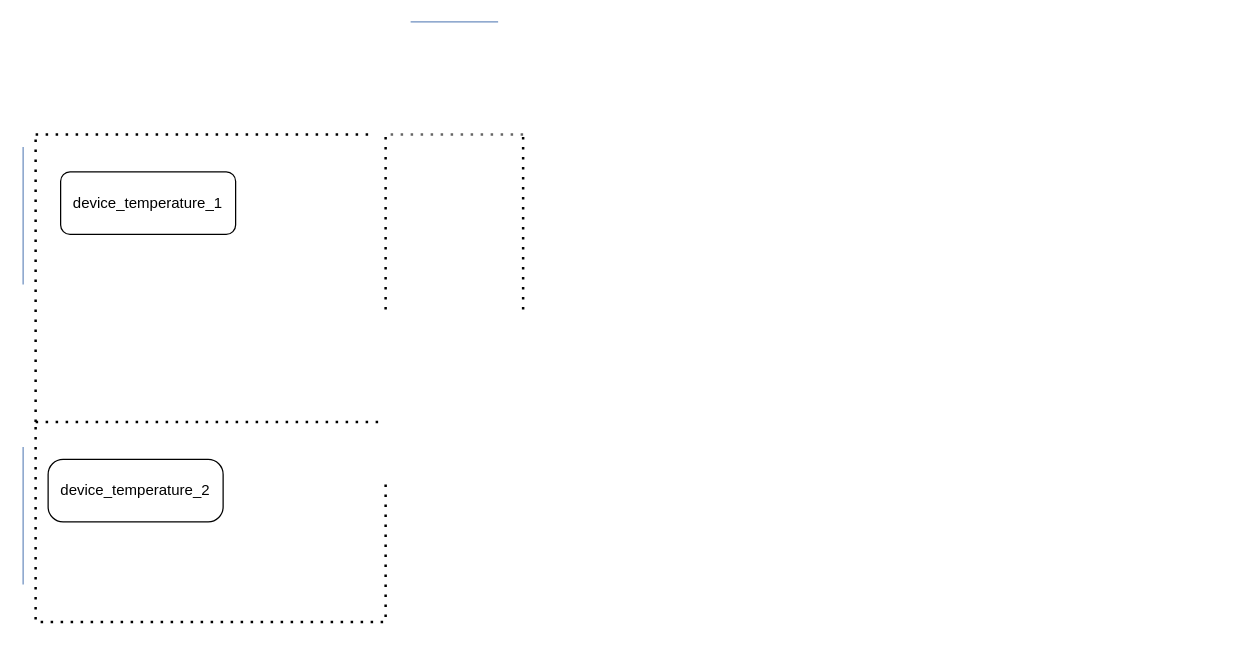
The draw.io diagram Untitled Diagram.drawio in GolCon/home_ai, before the edit. Source tidied: cells renumbered, new cells numbered last; positions are measured from the earlier drawing's top-left corner, leaving out a move shared by most shapes. Both pictures are drawn from the tidied source at 125%, with x=0, y=0 at pixel (22, 21).
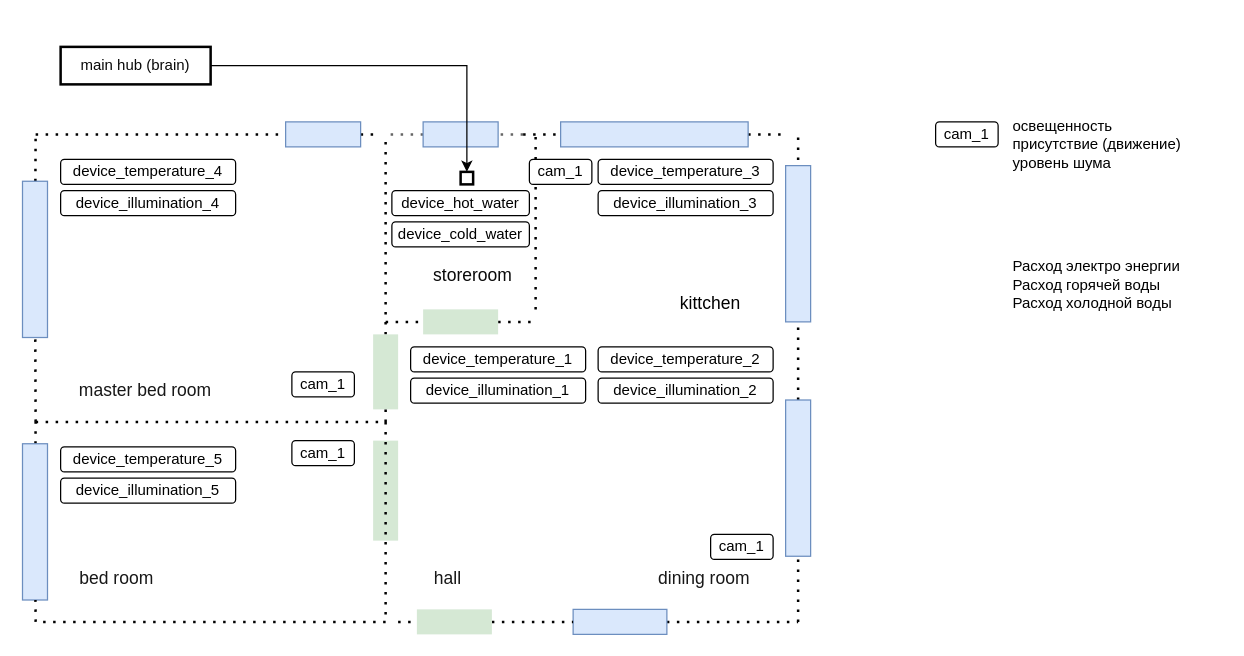
After the change.

Diff of the diagram source:
```diff
@@
-    <mxCell id="2" value="device_temperature_1" style="rounded=1;whiteSpace=wrap;html=1;" parent="1" vertex="1">
-      <mxGeometry x="30" y="120" width="140" height="50" as="geometry" />
+    <mxCell id="2" value="&lt;font style=&quot;font-size: 12px;&quot;&gt;device_temperature_4&lt;/font&gt;" style="rounded=1;whiteSpace=wrap;html=1;" parent="1" vertex="1">
+      <mxGeometry x="30" y="110" width="140" height="20" as="geometry" />
     </mxCell>
-    <mxCell id="3" value="device_temperature_2" style="rounded=1;whiteSpace=wrap;html=1;arcSize=24;" parent="1" vertex="1">
-      <mxGeometry x="20" y="350" width="140" height="50" as="geometry" />
-    </mxCell>
-    <mxCell id="4" style="endArrow=none;dashed=1;html=1;dashPattern=1 3;strokeWidth=2;rounded=0;" parent="1" edge="1">
+    <mxCell id="4" style="endArrow=none;dashed=1;html=1;dashPattern=1 3;strokeWidth=2;rounded=0;startArrow=none;" parent="1" edge="1" source="29">
       <mxGeometry relative="1" as="geometry">
-        <mxPoint x="10" y="90" as="sourcePoint" />
         <mxPoint x="280" y="90" as="targetPoint" />
       </mxGeometry>
     </mxCell>
-    <mxCell id="5" style="endArrow=none;dashed=1;html=1;dashPattern=1 3;strokeWidth=2;rounded=0;" parent="1" edge="1">
+    <mxCell id="5" style="endArrow=none;dashed=1;html=1;dashPattern=1 3;strokeWidth=2;rounded=0;startArrow=none;" parent="1" edge="1" source="26">
       <mxGeometry relative="1" as="geometry">
-        <mxPoint x="290" y="370" as="sourcePoint" />
         <mxPoint x="10" y="320" as="targetPoint" />
-        <Array as="points">
-          <mxPoint x="290" y="480" />
-          <mxPoint x="160" y="480" />
-          <mxPoint x="10" y="480" />
-        </Array>
       </mxGeometry>
     </mxCell>
-    <mxCell id="6" style="endArrow=none;dashed=1;html=1;dashPattern=1 3;strokeWidth=2;rounded=0;" parent="1" edge="1">
+    <mxCell id="6" style="endArrow=none;dashed=1;html=1;dashPattern=1 3;strokeWidth=2;rounded=0;startArrow=none;" parent="1" edge="1" source="27">
       <mxGeometry relative="1" as="geometry">
-        <mxPoint x="10" y="320" as="sourcePoint" />
         <mxPoint x="10" y="90" as="targetPoint" />
       </mxGeometry>
     </mxCell>
@@
-    <mxCell id="8" style="endArrow=none;dashed=1;html=1;dashPattern=1 3;strokeWidth=2;rounded=0;" parent="1" edge="1">
+    <mxCell id="8" style="endArrow=none;dashed=1;html=1;dashPattern=1 3;strokeWidth=2;rounded=0;startArrow=none;" parent="1" edge="1" source="34">
       <mxGeometry relative="1" as="geometry">
-        <mxPoint x="290" y="230" as="sourcePoint" />
         <mxPoint x="290" y="90" as="targetPoint" />
       </mxGeometry>
     </mxCell>
-    <mxCell id="9" style="endArrow=none;dashed=1;html=1;dashPattern=1 3;strokeWidth=2;rounded=0;fillColor=#f5f5f5;strokeColor=#666666;" parent="1" edge="1">
+    <mxCell id="9" style="endArrow=none;dashed=1;html=1;dashPattern=1 3;strokeWidth=2;rounded=0;fillColor=#f5f5f5;strokeColor=#666666;startArrow=none;" parent="1" edge="1" source="17">
       <mxGeometry relative="1" as="geometry">
-        <mxPoint x="400" y="90" as="sourcePoint" />
         <mxPoint x="290" y="90" as="targetPoint" />
       </mxGeometry>
     </mxCell>
-    <mxCell id="10" style="endArrow=none;html=1;rounded=0;fillColor=#dae8fc;strokeColor=#6c8ebf;" parent="1" edge="1">
-      <mxGeometry relative="1" as="geometry">
-        <mxPoint y="210" as="sourcePoint" />
-        <mxPoint y="100" as="targetPoint" />
-      </mxGeometry>
-    </mxCell>
-    <mxCell id="11" style="endArrow=none;html=1;rounded=0;fillColor=#dae8fc;strokeColor=#6c8ebf;" parent="1" edge="1">
-      <mxGeometry relative="1" as="geometry">
-        <mxPoint x="310" as="sourcePoint" />
-        <mxPoint x="380" as="targetPoint" />
-      </mxGeometry>
-    </mxCell>
     <mxCell id="12" style="endArrow=none;dashed=1;html=1;dashPattern=1 3;strokeWidth=2;rounded=0;" parent="1" edge="1">
       <mxGeometry relative="1" as="geometry">
-        <mxPoint x="400" y="230" as="sourcePoint" />
-        <mxPoint x="400" y="90" as="targetPoint" />
+        <mxPoint x="410" y="230" as="sourcePoint" />
+        <mxPoint x="410" y="90" as="targetPoint" />
       </mxGeometry>
     </mxCell>
-    <mxCell id="13" style="endArrow=none;html=1;rounded=0;fillColor=#dae8fc;strokeColor=#6c8ebf;" parent="1" edge="1">
-      <mxGeometry relative="1" as="geometry">
-        <mxPoint y="450" as="sourcePoint" />
-        <mxPoint y="340" as="targetPoint" />
-      </mxGeometry>
-    </mxCell>
+    <mxCell id="14" style="endArrow=none;dashed=1;html=1;dashPattern=1 3;strokeWidth=2;rounded=0;startArrow=none;" parent="1" edge="1" source="24">
+      <mxGeometry relative="1" as="geometry">
+        <mxPoint x="620" y="480" as="targetPoint" />
+      </mxGeometry>
+    </mxCell>
+    <mxCell id="15" style="endArrow=none;dashed=1;html=1;dashPattern=1 3;strokeWidth=2;rounded=0;startArrow=none;" parent="1" edge="1" source="22">
+      <mxGeometry relative="1" as="geometry">
+        <mxPoint x="620" y="90" as="targetPoint" />
+      </mxGeometry>
+    </mxCell>
+    <mxCell id="16" style="endArrow=none;dashed=1;html=1;dashPattern=1 3;strokeWidth=2;rounded=0;startArrow=none;" parent="1" edge="1" source="19">
+      <mxGeometry relative="1" as="geometry">
+        <mxPoint x="610" y="90" as="targetPoint" />
+      </mxGeometry>
+    </mxCell>
+    <mxCell id="17" style="rounded=0;whiteSpace=wrap;html=1;fillColor=#dae8fc;strokeColor=#6c8ebf;" parent="1" vertex="1">
+      <mxGeometry x="320" y="80" width="60" height="20" as="geometry" />
+    </mxCell>
+    <mxCell id="18" style="endArrow=none;dashed=1;html=1;dashPattern=1 3;strokeWidth=2;rounded=0;fillColor=#f5f5f5;strokeColor=#666666;" parent="1" edge="1" target="17">
+      <mxGeometry relative="1" as="geometry">
+        <mxPoint x="400" y="90" as="sourcePoint" />
+      </mxGeometry>
+    </mxCell>
+    <mxCell id="19" style="rounded=0;whiteSpace=wrap;html=1;fillColor=#dae8fc;strokeColor=#6c8ebf;" parent="1" vertex="1">
+      <mxGeometry x="430" y="80" width="150" height="20" as="geometry" />
+    </mxCell>
+    <mxCell id="20" style="endArrow=none;dashed=1;html=1;dashPattern=1 3;strokeWidth=2;rounded=0;" parent="1" edge="1" target="19">
+      <mxGeometry relative="1" as="geometry">
+        <mxPoint x="400" y="90" as="sourcePoint" />
+      </mxGeometry>
+    </mxCell>
+    <mxCell id="21" style="rounded=0;whiteSpace=wrap;html=1;rotation=90;fillColor=#dae8fc;strokeColor=#6c8ebf;" parent="1" vertex="1">
+      <mxGeometry x="557.5" y="167.5" width="125" height="20" as="geometry" />
+    </mxCell>
+    <mxCell id="22" style="rounded=0;whiteSpace=wrap;html=1;rotation=90;fillColor=#dae8fc;strokeColor=#6c8ebf;" parent="1" vertex="1">
+      <mxGeometry x="557.5" y="355" width="125" height="20" as="geometry" />
+    </mxCell>
+    <mxCell id="23" style="endArrow=none;dashed=1;html=1;dashPattern=1 3;strokeWidth=2;rounded=0;" parent="1" edge="1" target="22">
+      <mxGeometry relative="1" as="geometry">
+        <mxPoint x="620" y="480" as="sourcePoint" />
+      </mxGeometry>
+    </mxCell>
+    <mxCell id="24" style="rounded=0;whiteSpace=wrap;html=1;rotation=-180;fillColor=#dae8fc;strokeColor=#6c8ebf;" parent="1" vertex="1">
+      <mxGeometry x="440" y="470" width="75" height="20" as="geometry" />
+    </mxCell>
+    <mxCell id="25" style="endArrow=none;dashed=1;html=1;dashPattern=1 3;strokeWidth=2;rounded=0;startArrow=none;" parent="1" edge="1" source="36" target="24">
+      <mxGeometry relative="1" as="geometry" />
+    </mxCell>
+    <mxCell id="26" style="rounded=0;whiteSpace=wrap;html=1;rotation=90;fillColor=#dae8fc;strokeColor=#6c8ebf;" parent="1" vertex="1">
+      <mxGeometry x="-53" y="390" width="125" height="20" as="geometry" />
+    </mxCell>
+    <mxCell id="27" style="rounded=0;whiteSpace=wrap;html=1;rotation=90;fillColor=#dae8fc;strokeColor=#6c8ebf;" parent="1" vertex="1">
+      <mxGeometry x="-53" y="180" width="125" height="20" as="geometry" />
+    </mxCell>
+    <mxCell id="28" style="endArrow=none;dashed=1;html=1;dashPattern=1 3;strokeWidth=2;rounded=0;" parent="1" edge="1" target="27">
+      <mxGeometry relative="1" as="geometry">
+        <mxPoint x="10" y="320" as="sourcePoint" />
+      </mxGeometry>
+    </mxCell>
+    <mxCell id="29" style="rounded=0;whiteSpace=wrap;html=1;fillColor=#dae8fc;strokeColor=#6c8ebf;" parent="1" vertex="1">
+      <mxGeometry x="210" y="80" width="60" height="20" as="geometry" />
+    </mxCell>
+    <mxCell id="30" style="endArrow=none;dashed=1;html=1;dashPattern=1 3;strokeWidth=2;rounded=0;" parent="1" edge="1" target="29">
+      <mxGeometry relative="1" as="geometry">
+        <mxPoint x="10" y="90" as="sourcePoint" />
+      </mxGeometry>
+    </mxCell>
+    <mxCell id="31" style="endArrow=none;dashed=1;html=1;dashPattern=1 3;strokeWidth=2;rounded=0;startArrow=none;" parent="1" edge="1" source="32">
+      <mxGeometry relative="1" as="geometry">
+        <mxPoint x="410" y="240" as="targetPoint" />
+      </mxGeometry>
+    </mxCell>
+    <mxCell id="32" style="rounded=0;whiteSpace=wrap;html=1;fillColor=#d5e8d4;strokeColor=none;" parent="1" vertex="1">
+      <mxGeometry x="320" y="230" width="60" height="20" as="geometry" />
+    </mxCell>
+    <mxCell id="33" style="endArrow=none;dashed=1;html=1;dashPattern=1 3;strokeWidth=2;rounded=0;" parent="1" edge="1" target="32">
+      <mxGeometry relative="1" as="geometry">
+        <mxPoint x="290" y="240" as="sourcePoint" />
+      </mxGeometry>
+    </mxCell>
+    <mxCell id="34" style="rounded=0;whiteSpace=wrap;html=1;fillColor=#d5e8d4;strokeColor=none;rotation=90;" parent="1" vertex="1">
+      <mxGeometry x="260" y="270" width="60" height="20" as="geometry" />
+    </mxCell>
+    <mxCell id="35" style="endArrow=none;dashed=1;html=1;dashPattern=1 3;strokeWidth=2;rounded=0;" parent="1" edge="1" target="34">
+      <mxGeometry relative="1" as="geometry">
+        <mxPoint x="290" y="320" as="sourcePoint" />
+      </mxGeometry>
+    </mxCell>
+    <mxCell id="36" style="rounded=0;whiteSpace=wrap;html=1;fillColor=#d5e8d4;strokeColor=none;" parent="1" vertex="1">
+      <mxGeometry x="315" y="470" width="60" height="20" as="geometry" />
+    </mxCell>
+    <mxCell id="37" style="endArrow=none;dashed=1;html=1;dashPattern=1 3;strokeWidth=2;rounded=0;" parent="1" edge="1" target="36">
+      <mxGeometry relative="1" as="geometry">
+        <mxPoint x="300" y="480" as="sourcePoint" />
+      </mxGeometry>
+    </mxCell>
+    <mxCell id="38" style="rounded=0;whiteSpace=wrap;html=1;fillColor=#d5e8d4;strokeColor=none;rotation=90;" parent="1" vertex="1">
+      <mxGeometry x="250" y="365" width="80" height="20" as="geometry" />
+    </mxCell>
+    <mxCell id="39" style="endArrow=none;dashed=1;html=1;dashPattern=1 3;strokeWidth=2;rounded=0;" parent="1" edge="1" target="26">
+      <mxGeometry relative="1" as="geometry">
+        <mxPoint x="290" y="320" as="sourcePoint" />
+        <Array as="points">
+          <mxPoint x="290" y="480" />
+          <mxPoint x="160" y="480" />
+          <mxPoint x="10" y="480" />
+        </Array>
+      </mxGeometry>
+    </mxCell>
+    <mxCell id="40" value="&lt;font style=&quot;font-size: 14px;&quot;&gt;kittchen&lt;/font&gt;" style="text;html=1;strokeColor=none;fillColor=none;align=center;verticalAlign=middle;whiteSpace=wrap;rounded=0;strokeWidth=14;" parent="1" vertex="1">
+      <mxGeometry x="520" y="210" width="60" height="30" as="geometry" />
+    </mxCell>
+    <mxCell id="41" value="&lt;span style=&quot;font-family: Arial, Helvetica, sans-serif; text-align: start; background-color: rgba(255, 255, 255, 0.05);&quot;&gt;&lt;font color=&quot;#171717&quot; style=&quot;font-size: 14px;&quot;&gt;dining room&lt;/font&gt;&lt;/span&gt;" style="text;html=1;strokeColor=none;fillColor=none;align=center;verticalAlign=middle;whiteSpace=wrap;rounded=0;" parent="1" vertex="1">
+      <mxGeometry x="490" y="430" width="110" height="30" as="geometry" />
+    </mxCell>
+    <mxCell id="42" value="&lt;span style=&quot;font-family: Arial, Helvetica, sans-serif; text-align: start; background-color: rgba(255, 255, 255, 0.05);&quot;&gt;&lt;font color=&quot;#171717&quot; style=&quot;font-size: 14px;&quot;&gt;master bed room&lt;/font&gt;&lt;/span&gt;" style="text;html=1;strokeColor=none;fillColor=none;align=center;verticalAlign=middle;whiteSpace=wrap;rounded=0;" parent="1" vertex="1">
+      <mxGeometry x="38" y="280" width="120" height="30" as="geometry" />
+    </mxCell>
+    <mxCell id="43" value="&lt;span style=&quot;font-family: Arial, Helvetica, sans-serif; text-align: start; background-color: rgba(255, 255, 255, 0.05);&quot;&gt;&lt;font color=&quot;#171717&quot; style=&quot;font-size: 14px;&quot;&gt;bed room&lt;/font&gt;&lt;/span&gt;" style="text;html=1;strokeColor=none;fillColor=none;align=center;verticalAlign=middle;whiteSpace=wrap;rounded=0;" parent="1" vertex="1">
+      <mxGeometry x="15" y="430" width="120" height="30" as="geometry" />
+    </mxCell>
+    <mxCell id="44" value="&lt;span style=&quot;font-family: Arial, Helvetica, sans-serif; text-align: start; background-color: rgba(255, 255, 255, 0.05);&quot;&gt;&lt;font color=&quot;#0a0a0a&quot; style=&quot;font-size: 14px;&quot;&gt;storeroom&lt;/font&gt;&lt;/span&gt;" style="text;html=1;strokeColor=none;fillColor=none;align=center;verticalAlign=middle;whiteSpace=wrap;rounded=0;strokeWidth=14;" parent="1" vertex="1">
+      <mxGeometry x="330" y="187.5" width="60" height="30" as="geometry" />
+    </mxCell>
+    <mxCell id="45" value="&lt;div style=&quot;text-align: start;&quot;&gt;&lt;font face=&quot;Arial, Helvetica, sans-serif&quot; color=&quot;#171717&quot;&gt;&lt;span style=&quot;font-size: 14px; background-color: rgba(255, 255, 255, 0.05);&quot;&gt;hall&lt;/span&gt;&lt;/font&gt;&lt;/div&gt;" style="text;html=1;strokeColor=none;fillColor=none;align=center;verticalAlign=middle;whiteSpace=wrap;rounded=0;" parent="1" vertex="1">
+      <mxGeometry x="310" y="430" width="60" height="30" as="geometry" />
+    </mxCell>
+    <mxCell id="46" value="&lt;font style=&quot;font-size: 12px;&quot;&gt;device_temperature_5&lt;/font&gt;" style="rounded=1;whiteSpace=wrap;html=1;" parent="1" vertex="1">
+      <mxGeometry x="30" y="340" width="140" height="20" as="geometry" />
+    </mxCell>
+    <mxCell id="47" value="&lt;font style=&quot;font-size: 12px;&quot;&gt;device_temperature_3&lt;/font&gt;" style="rounded=1;whiteSpace=wrap;html=1;" parent="1" vertex="1">
+      <mxGeometry x="460" y="110" width="140" height="20" as="geometry" />
+    </mxCell>
+    <mxCell id="3" value="&lt;font style=&quot;font-size: 12px;&quot;&gt;device_temperature_2&lt;/font&gt;" style="rounded=1;whiteSpace=wrap;html=1;" parent="1" vertex="1">
+      <mxGeometry x="460" y="260" width="140" height="20" as="geometry" />
+    </mxCell>
+    <mxCell id="48" value="&lt;font style=&quot;font-size: 12px;&quot;&gt;device_temperature_1&lt;/font&gt;" style="rounded=1;whiteSpace=wrap;html=1;" parent="1" vertex="1">
+      <mxGeometry x="310" y="260" width="140" height="20" as="geometry" />
+    </mxCell>
+    <mxCell id="49" style="edgeStyle=orthogonalEdgeStyle;rounded=0;jettySize=auto;html=1;fontSize=12;fontColor=#0A0A0A;exitX=1;exitY=0.5;exitDx=0;exitDy=0;" parent="1" edge="1" source="51" target="50">
+      <mxGeometry relative="1" as="geometry" />
+    </mxCell>
+    <mxCell id="50" style="whiteSpace=wrap;html=1;strokeColor=default;strokeWidth=2;fontSize=12;fontColor=#0A0A0A;fillColor=none;gradientColor=none;" parent="1" vertex="1">
+      <mxGeometry x="350" y="120" width="10" height="10" as="geometry" />
+    </mxCell>
+    <mxCell id="51" style="rounded=0;whiteSpace=wrap;html=1;strokeColor=default;strokeWidth=2;fontSize=12;fontColor=#0A0A0A;fillColor=none;gradientColor=none;" parent="1" vertex="1">
+      <mxGeometry x="30" y="20" width="120" height="30" as="geometry" />
+    </mxCell>
+    <mxCell id="52" value="main hub (brain)" style="text;html=1;strokeColor=none;fillColor=none;align=center;verticalAlign=middle;whiteSpace=wrap;rounded=0;strokeWidth=2;fontSize=12;fontColor=#0A0A0A;" parent="1" vertex="1">
+      <mxGeometry x="45" y="20" width="90" height="30" as="geometry" />
+    </mxCell>
+    <mxCell id="53" value="&lt;font style=&quot;font-size: 12px;&quot;&gt;device_&lt;span style=&quot;font-family: Arial, Helvetica, sans-serif; text-align: start; background-color: rgba(255, 255, 255, 0.05);&quot;&gt;illumination&lt;/span&gt;_4&lt;/font&gt;" style="rounded=1;whiteSpace=wrap;html=1;" parent="1" vertex="1">
+      <mxGeometry x="30" y="135" width="140" height="20" as="geometry" />
+    </mxCell>
+    <mxCell id="54" value="&lt;font style=&quot;font-size: 12px;&quot;&gt;device_&lt;span style=&quot;font-family: Arial, Helvetica, sans-serif; text-align: start; background-color: rgba(255, 255, 255, 0.05);&quot;&gt;illumination&lt;/span&gt;_3&lt;/font&gt;" style="rounded=1;whiteSpace=wrap;html=1;" parent="1" vertex="1">
+      <mxGeometry x="460" y="135" width="140" height="20" as="geometry" />
+    </mxCell>
+    <mxCell id="55" value="&lt;font style=&quot;font-size: 12px;&quot;&gt;device_&lt;span style=&quot;font-family: Arial, Helvetica, sans-serif; text-align: start; background-color: rgba(255, 255, 255, 0.05);&quot;&gt;illumination&lt;/span&gt;_2&lt;/font&gt;" style="rounded=1;whiteSpace=wrap;html=1;" parent="1" vertex="1">
+      <mxGeometry x="460" y="285" width="140" height="20" as="geometry" />
+    </mxCell>
+    <mxCell id="56" value="&lt;font style=&quot;font-size: 12px;&quot;&gt;device_&lt;span style=&quot;font-family: Arial, Helvetica, sans-serif; text-align: start; background-color: rgba(255, 255, 255, 0.05);&quot;&gt;illumination&lt;/span&gt;_1&lt;/font&gt;" style="rounded=1;whiteSpace=wrap;html=1;" parent="1" vertex="1">
+      <mxGeometry x="310" y="285" width="140" height="20" as="geometry" />
+    </mxCell>
+    <mxCell id="57" value="&lt;font style=&quot;font-size: 12px;&quot;&gt;device_&lt;span style=&quot;font-family: Arial, Helvetica, sans-serif; text-align: start; background-color: rgba(255, 255, 255, 0.05);&quot;&gt;illumination&lt;/span&gt;_5&lt;/font&gt;" style="rounded=1;whiteSpace=wrap;html=1;" parent="1" vertex="1">
+      <mxGeometry x="30" y="365" width="140" height="20" as="geometry" />
+    </mxCell>
+    <mxCell id="58" value="&lt;font style=&quot;font-size: 12px;&quot;&gt;device_hot_water&lt;/font&gt;" style="rounded=1;whiteSpace=wrap;html=1;" parent="1" vertex="1">
+      <mxGeometry x="295" y="135" width="110" height="20" as="geometry" />
+    </mxCell>
+    <mxCell id="59" value="&lt;font style=&quot;font-size: 12px;&quot;&gt;device_cold_water&lt;/font&gt;" style="rounded=1;whiteSpace=wrap;html=1;" parent="1" vertex="1">
+      <mxGeometry x="295" y="160" width="110" height="20" as="geometry" />
+    </mxCell>
+    <mxCell id="60" value="cam_1" style="rounded=1;whiteSpace=wrap;html=1;" parent="1" vertex="1">
+      <mxGeometry x="215" y="280" width="50" height="20" as="geometry" />
+    </mxCell>
+    <mxCell id="61" value="cam_1" style="rounded=1;whiteSpace=wrap;html=1;" parent="1" vertex="1">
+      <mxGeometry x="215" y="335" width="50" height="20" as="geometry" />
+    </mxCell>
+    <mxCell id="62" value="cam_1" style="rounded=1;whiteSpace=wrap;html=1;" parent="1" vertex="1">
+      <mxGeometry x="405" y="110" width="50" height="20" as="geometry" />
+    </mxCell>
+    <mxCell id="63" value="cam_1" style="rounded=1;whiteSpace=wrap;html=1;" parent="1" vertex="1">
+      <mxGeometry x="550" y="410" width="50" height="20" as="geometry" />
+    </mxCell>
+    <mxCell id="64" value="cam_1" style="rounded=1;whiteSpace=wrap;html=1;" parent="1" vertex="1">
+      <mxGeometry x="730" y="80" width="50" height="20" as="geometry" />
+    </mxCell>
+    <mxCell id="65" value="освещенность&lt;br&gt;присутствие (движение)&lt;br&gt;уровень шума" style="text;html=1;strokeColor=none;fillColor=none;align=left;verticalAlign=middle;whiteSpace=wrap;rounded=0;strokeWidth=2;fontSize=12;fontColor=#000000;" parent="1" vertex="1">
+      <mxGeometry x="790" y="83" width="170" height="30" as="geometry" />
+    </mxCell>
+    <mxCell id="66" value="&lt;br&gt;Расход электро энергии&lt;br&gt;Расход горячей воды&lt;br&gt;Расход холодной воды" style="text;html=1;strokeColor=none;fillColor=none;align=left;verticalAlign=middle;whiteSpace=wrap;rounded=0;strokeWidth=2;fontSize=12;fontColor=#000000;" parent="1" vertex="1">
+      <mxGeometry x="790" y="187.5" width="150" height="30" as="geometry" />
+    </mxCell>
```
